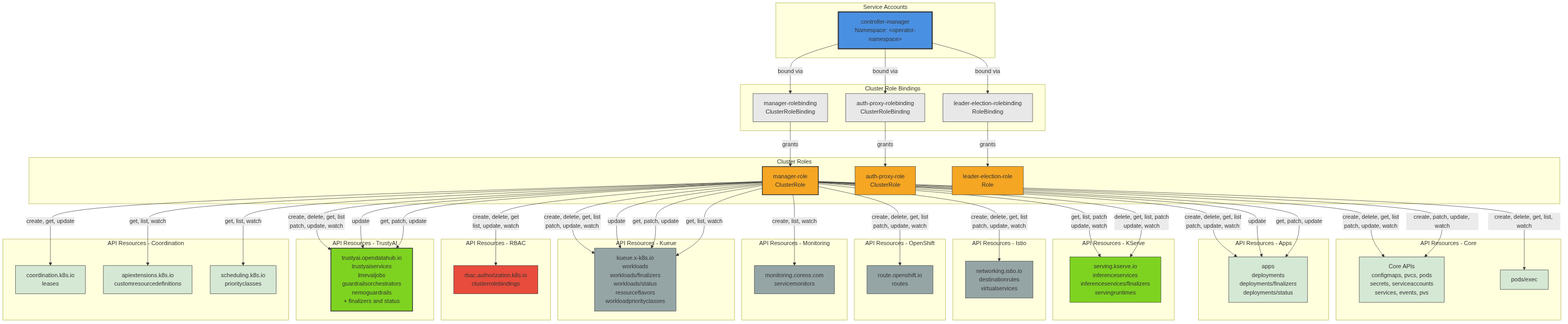
The Mermaid diagram architecture/rhoai-3.2/diagrams/trustyai-service-operator-rbac.png in rhuss/architecture-context, before a commit. Its source is kept beside it as architecture/rhoai-3.2/diagrams/trustyai-service-operator-rbac.mmd.
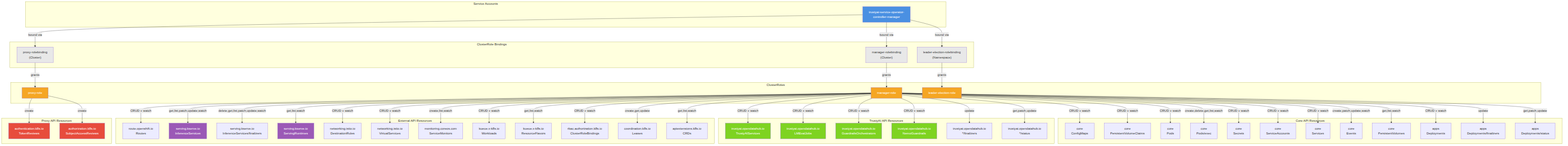
After the change.

Diff of the diagram source:
```diff
@@ -1,120 +1,120 @@
+
 graph TD
-    subgraph "Service Accounts"
-        SA[controller-manager<br/>Namespace: &lt;operator-namespace&gt;]
+    subgraph ServiceAccounts["Service Accounts"]
+        SA["trustyai-service-operator-<br/>controller-manager"]
     end
 
-    subgraph "Cluster Role Bindings"
-        CRB1[manager-rolebinding<br/>ClusterRoleBinding]
-        CRB2[auth-proxy-rolebinding<br/>ClusterRoleBinding]
-        RB1[leader-election-rolebinding<br/>RoleBinding]
+    subgraph ClusterRoleBindings["ClusterRole Bindings"]
+        CRB_Manager["manager-rolebinding<br/>(Cluster)"]
+        CRB_Proxy["proxy-rolebinding<br/>(Cluster)"]
+        RB_Leader["leader-election-rolebinding<br/>(Namespace)"]
     end
 
-    subgraph "Cluster Roles"
-        CR[manager-role<br/>ClusterRole]
-        CR2[auth-proxy-role<br/>ClusterRole]
-        R1[leader-election-role<br/>Role]
+    subgraph ClusterRoles["ClusterRoles"]
+        CR_Manager["manager-role"]
+        CR_Proxy["proxy-role"]
+        CR_Leader["leader-election-role"]
     end
 
-    subgraph "API Resources - Core"
-        Core1[Core APIs<br/>configmaps, pvcs, pods<br/>secrets, serviceaccounts<br/>services, events, pvs]
-        Core2[pods/exec]
+    SA -->|bound via| CRB_Manager
+    SA -->|bound via| CRB_Proxy
+    SA -->|bound via| RB_Leader
+    CRB_Manager -->|grants| CR_Manager
+    CRB_Proxy -->|grants| CR_Proxy
+    RB_Leader -->|grants| CR_Leader
+
+    subgraph CoreResources["Core API Resources"]
+        ConfigMaps["core<br/>ConfigMaps"]
+        PVCs["core<br/>PersistentVolumeClaims"]
+        Pods["core<br/>Pods"]
+        PodsExec["core<br/>Pods/exec"]
+        Secrets["core<br/>Secrets"]
+        ServiceAccts["core<br/>ServiceAccounts"]
+        Services["core<br/>Services"]
+        Events["core<br/>Events"]
+        PVs["core<br/>PersistentVolumes"]
+        Deployments["apps<br/>Deployments"]
+        DeployFinalizers["apps<br/>Deployments/finalizers"]
+        DeployStatus["apps<br/>Deployments/status"]
     end
 
-    subgraph "API Resources - Apps"
-        Apps[apps<br/>deployments<br/>deployments/finalizers<br/>deployments/status]
+    subgraph TrustyAIResources["TrustyAI API Resources"]
+        TrustyAISvc["trustyai.opendatahub.io<br/>TrustyAIServices"]
+        LMEvalJobs["trustyai.opendatahub.io<br/>LMEvalJobs"]
+        GORCHRes["trustyai.opendatahub.io<br/>GuardrailsOrchestrators"]
+        NeMoRes["trustyai.opendatahub.io<br/>NemoGuardrails"]
+        TrustyFinalizers["trustyai.opendatahub.io<br/>*/finalizers"]
+        TrustyStatus["trustyai.opendatahub.io<br/>*/status"]
     end
 
-    subgraph "API Resources - KServe"
-        KServe[serving.kserve.io<br/>inferenceservices<br/>inferenceservices/finalizers<br/>servingruntimes]
+    subgraph ExternalResources["External API Resources"]
+        Routes["route.openshift.io<br/>Routes"]
+        InferenceServices["serving.kserve.io<br/>InferenceServices"]
+        ISFinalizers["serving.kserve.io<br/>InferenceServices/finalizers"]
+        ServingRuntimes["serving.kserve.io<br/>ServingRuntimes"]
+        DestRules["networking.istio.io<br/>DestinationRules"]
+        VirtSvcs["networking.istio.io<br/>VirtualServices"]
+        ServiceMonitors["monitoring.coreos.com<br/>ServiceMonitors"]
+        Workloads["kueue.x-k8s.io<br/>Workloads"]
+        ResFlavors["kueue.x-k8s.io<br/>ResourceFlavors"]
+        CRBs["rbac.authorization.k8s.io<br/>ClusterRoleBindings"]
+        Leases["coordination.k8s.io<br/>Leases"]
+        CRDs["apiextensions.k8s.io<br/>CRDs"]
     end
 
-    subgraph "API Resources - Istio"
-        Istio[networking.istio.io<br/>destinationrules<br/>virtualservices]
+    subgraph ProxyResources["Proxy API Resources"]
+        TokenReviews["authentication.k8s.io<br/>TokenReviews"]
+        SARs["authorization.k8s.io<br/>SubjectAccessReviews"]
     end
 
-    subgraph "API Resources - OpenShift"
-        Routes[route.openshift.io<br/>routes]
-    end
+    CR_Manager -->|"CRUD + watch"| ConfigMaps
+    CR_Manager -->|"CRUD + watch"| PVCs
+    CR_Manager -->|"CRUD + watch"| Pods
+    CR_Manager -->|"create,delete,get,list,watch"| PodsExec
+    CR_Manager -->|"CRUD + watch"| Secrets
+    CR_Manager -->|"CRUD + watch"| ServiceAccts
+    CR_Manager -->|"CRUD + watch"| Services
+    CR_Manager -->|"create,patch,update,watch"| Events
+    CR_Manager -->|"get,list,watch"| PVs
+    CR_Manager -->|"CRUD + watch"| Deployments
+    CR_Manager -->|"update"| DeployFinalizers
+    CR_Manager -->|"get,patch,update"| DeployStatus
 
-    subgraph "API Resources - Monitoring"
-        Monitoring[monitoring.coreos.com<br/>servicemonitors]
-    end
+    CR_Manager -->|"CRUD + watch"| TrustyAISvc
+    CR_Manager -->|"CRUD + watch"| LMEvalJobs
+    CR_Manager -->|"CRUD + watch"| GORCHRes
+    CR_Manager -->|"CRUD + watch"| NeMoRes
+    CR_Manager -->|"update"| TrustyFinalizers
+    CR_Manager -->|"get,patch,update"| TrustyStatus
 
-    subgraph "API Resources - Kueue"
-        Kueue[kueue.x-k8s.io<br/>workloads<br/>workloads/finalizers<br/>workloads/status<br/>resourceflavors<br/>workloadpriorityclasses]
-    end
+    CR_Manager -->|"CRUD + watch"| Routes
+    CR_Manager -->|"get,list,patch,update,watch"| InferenceServices
+    CR_Manager -->|"delete,get,list,patch,update,watch"| ISFinalizers
+    CR_Manager -->|"get,list,watch"| ServingRuntimes
+    CR_Manager -->|"CRUD + watch"| DestRules
+    CR_Manager -->|"CRUD + watch"| VirtSvcs
+    CR_Manager -->|"create,list,watch"| ServiceMonitors
+    CR_Manager -->|"CRUD + watch"| Workloads
+    CR_Manager -->|"get,list,watch"| ResFlavors
+    CR_Manager -->|"CRUD + watch"| CRBs
+    CR_Manager -->|"create,get,update"| Leases
+    CR_Manager -->|"get,list,watch"| CRDs
 
-    subgraph "API Resources - RBAC"
-        RBAC[rbac.authorization.k8s.io<br/>clusterrolebindings]
-    end
+    CR_Proxy -->|"create"| TokenReviews
+    CR_Proxy -->|"create"| SARs
 
-    subgraph "API Resources - TrustyAI"
-        TrustyAI[trustyai.opendatahub.io<br/>trustyaiservices<br/>lmevaljobs<br/>guardrailsorchestrators<br/>nemoguardrails<br/>+ finalizers and status]
-    end
-
-    subgraph "API Resources - Coordination"
-        Coordination[coordination.k8s.io<br/>leases]
-        APIExt[apiextensions.k8s.io<br/>customresourcedefinitions]
-        Scheduling[scheduling.k8s.io<br/>priorityclasses]
-    end
-
-    SA -->|bound via| CRB1
-    SA -->|bound via| CRB2
-    SA -->|bound via| RB1
-
-    CRB1 -->|grants| CR
-    CRB2 -->|grants| CR2
-    RB1 -->|grants| R1
-
-    CR -->|create, delete, get, list<br/>patch, update, watch| Core1
-    CR -->|create, delete, get, list, watch| Core2
-    CR -->|create, patch, update, watch| Core1
-
-    CR -->|create, delete, get, list<br/>patch, update, watch| Apps
-    CR -->|update| Apps
-    CR -->|get, patch, update| Apps
-
-    CR -->|get, list, patch<br/>update, watch| KServe
-    CR -->|delete, get, list, patch<br/>update, watch| KServe
-
-    CR -->|create, delete, get, list<br/>patch, update, watch| Istio
-
-    CR -->|create, delete, get, list<br/>patch, update, watch| Routes
-
-    CR -->|create, list, watch| Monitoring
-
-    CR -->|create, delete, get, list<br/>patch, update, watch| Kueue
-    CR -->|update| Kueue
-    CR -->|get, patch, update| Kueue
-    CR -->|get, list, watch| Kueue
-
-    CR -->|create, delete, get<br/>list, update, watch| RBAC
-
-    CR -->|create, delete, get, list<br/>patch, update, watch| TrustyAI
-    CR -->|update| TrustyAI
-    CR -->|get, patch, update| TrustyAI
-
-    CR -->|create, get, update| Coordination
-    CR -->|get, list, watch| APIExt
-    CR -->|get, list, watch| Scheduling
-
-    style SA fill:#4a90e2,stroke:#333,stroke-width:3px
-    style CR fill:#f5a623,stroke:#333,stroke-width:2px
-    style CR2 fill:#f5a623,stroke:#333
-    style R1 fill:#f5a623,stroke:#333
-    style CRB1 fill:#e8e8e8,stroke:#333
-    style CRB2 fill:#e8e8e8,stroke:#333
-    style RB1 fill:#e8e8e8,stroke:#333
-    style TrustyAI fill:#7ed321,stroke:#333,stroke-width:2px
-    style KServe fill:#7ed321,stroke:#333
-    style Istio fill:#95a5a6,stroke:#333
-    style Routes fill:#95a5a6,stroke:#333
-    style Kueue fill:#95a5a6,stroke:#333
-    style Core1 fill:#d5e8d4,stroke:#333
-    style Core2 fill:#d5e8d4,stroke:#333
-    style Apps fill:#d5e8d4,stroke:#333
-    style Monitoring fill:#95a5a6,stroke:#333
-    style RBAC fill:#e74c3c,stroke:#333
-    style Coordination fill:#d5e8d4,stroke:#333
-    style APIExt fill:#d5e8d4,stroke:#333
-    style Scheduling fill:#d5e8d4,stroke:#333
+    style SA fill:#4a90e2,color:#fff
+    style CR_Manager fill:#f5a623,color:#fff
+    style CR_Proxy fill:#f5a623,color:#fff
+    style CR_Leader fill:#f5a623,color:#fff
+    style CRB_Manager fill:#e8e8e8
+    style CRB_Proxy fill:#e8e8e8
+    style RB_Leader fill:#e8e8e8
+    style TrustyAISvc fill:#7ed321,color:#fff
+    style LMEvalJobs fill:#7ed321,color:#fff
+    style GORCHRes fill:#7ed321,color:#fff
+    style NeMoRes fill:#7ed321,color:#fff
+    style InferenceServices fill:#9b59b6,color:#fff
+    style ServingRuntimes fill:#9b59b6,color:#fff
+    style TokenReviews fill:#e74c3c,color:#fff
+    style SARs fill:#e74c3c,color:#fff
```
